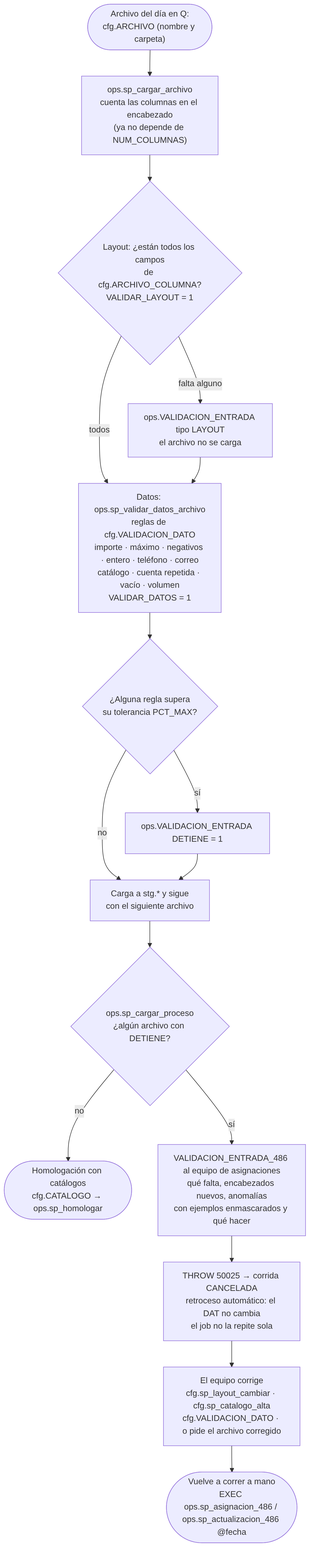
Earlier version of the Mermaid export docs/flujo/img/09_validacion_entrada.png (0marMF/Banbaj). Its source is kept beside it as docs/flujo/mmd/09_validacion_entrada.mmd.
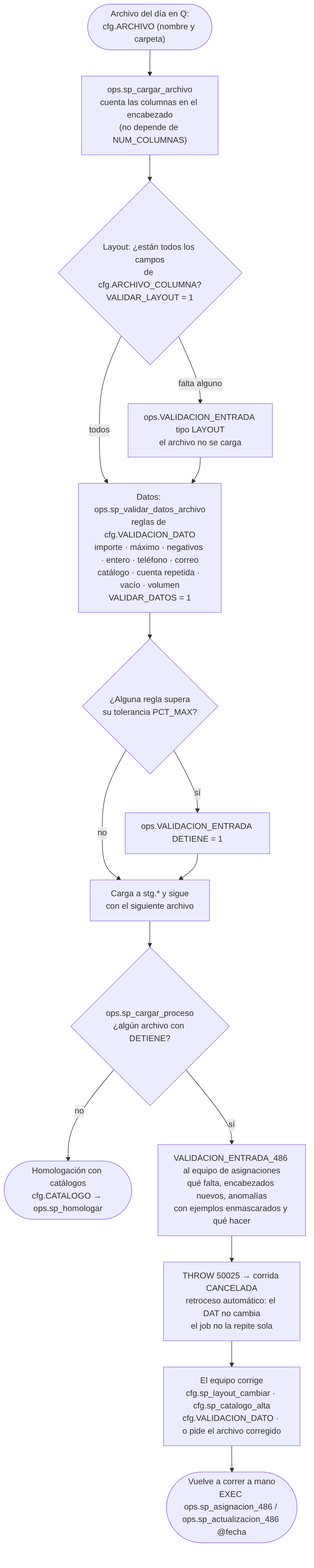
The same file after the commit.

Diff of the diagram source:
```diff
@@ -1,5 +1,5 @@
 flowchart TD
-    F(["Archivo del día en Q:<br/>cfg.ARCHIVO (nombre y carpeta)"]) --> H["ops.sp_cargar_archivo<br/>cuenta las columnas en el encabezado<br/>(ya no depende de NUM_COLUMNAS)"]
+    F(["Archivo del día en Q:<br/>cfg.ARCHIVO (nombre y carpeta)"]) --> H["ops.sp_cargar_archivo<br/>cuenta las columnas en el encabezado<br/>(no depende de NUM_COLUMNAS)"]
     H --> L{"Layout: ¿están todos los campos<br/>de cfg.ARCHIVO_COLUMNA?<br/>VALIDAR_LAYOUT = 1"}
     L -- "falta alguno" --> LX["ops.VALIDACION_ENTRADA tipo LAYOUT<br/>el archivo no se carga"]
     L -- "todos" --> D
```
